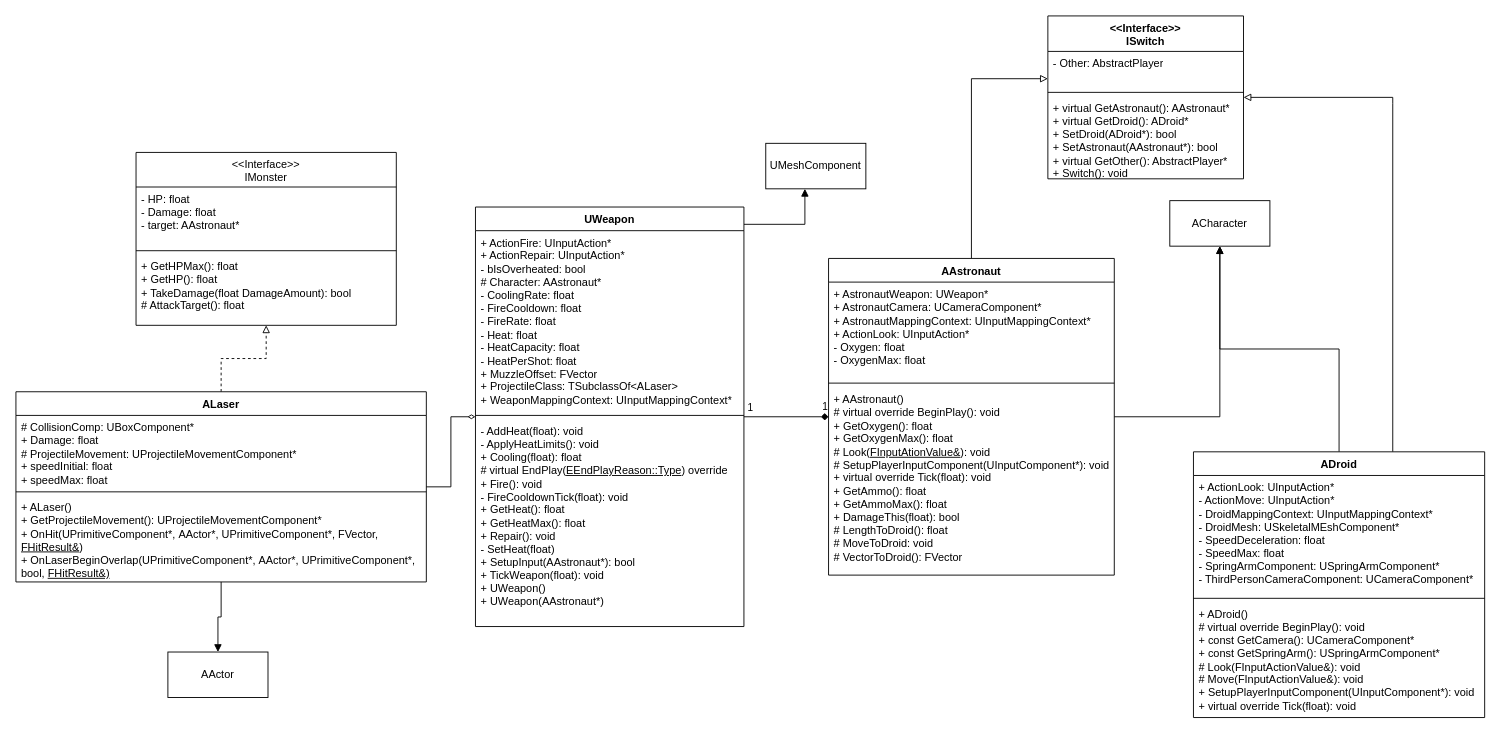
This is UML.drawio from herrkrabbe/BarBoi, a draw.io file, before an edit. Source tidied: cells renumbered, new cells numbered last; positions are measured from the earlier drawing's top-left corner, leaving out a move shared by most shapes. Both pictures are drawn from the tidied source at 91%, with x=0, y=0 at pixel (15, 15).
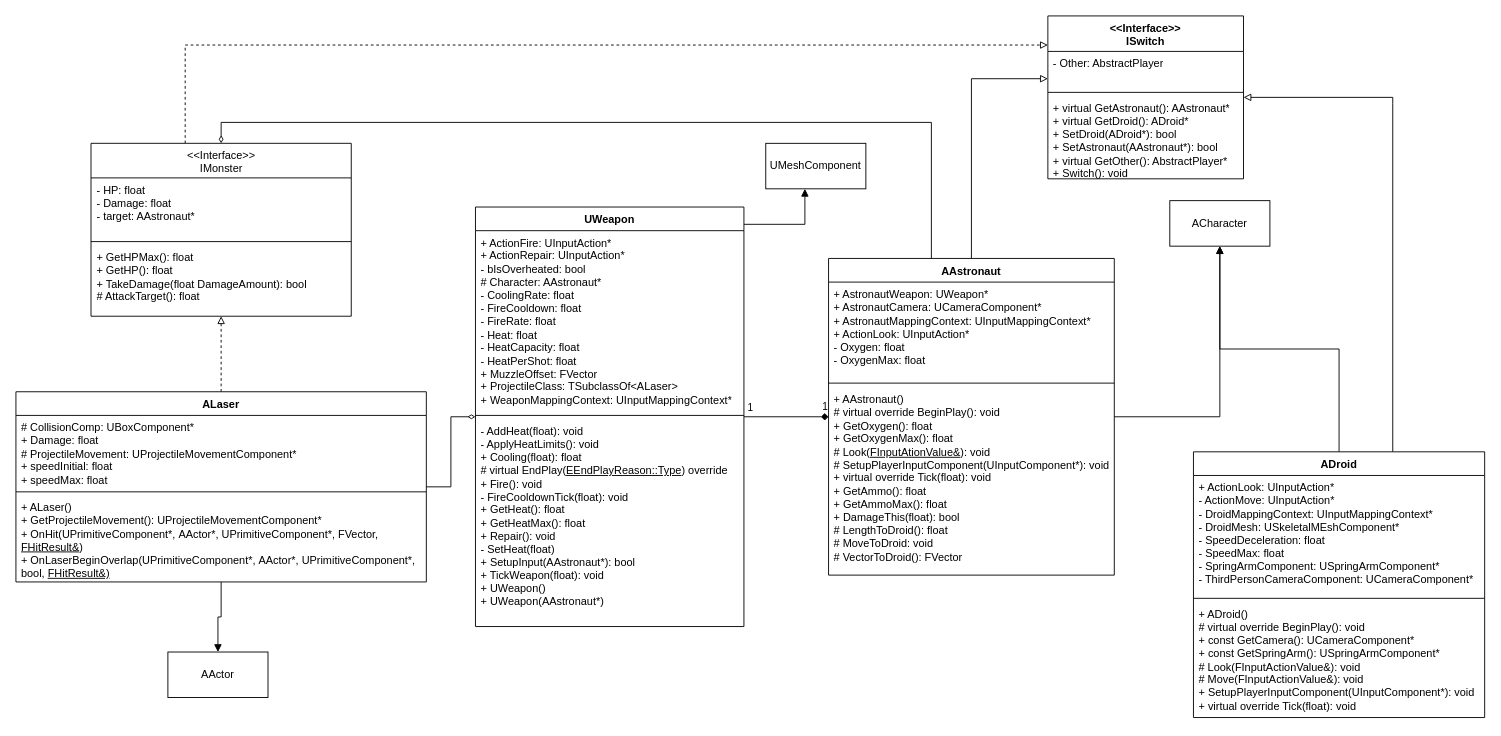
The same page after the edit.

Commit message:
added connection between monster and switch interfaces

The change refers to these unchanged cells:
```xml
<mxCell id="7" value="AAstronaut" style="swimlane;fontStyle=1;align=center;verticalAlign=top;horizontal=1;startSize=26;whiteSpace=wrap;html=1;" parent="1" vertex="1">
  <mxGeometry x="893" y="266.5" width="314" height="348" as="geometry" />
</mxCell>
<mxCell id="11" value="&amp;lt;&amp;lt;Interface&amp;gt;&amp;gt;&lt;div&gt;ISwitch&lt;/div&gt;" style="swimlane;fontStyle=1;align=center;verticalAlign=top;horizontal=1;startSize=39;whiteSpace=wrap;html=1;" parent="1" vertex="1">
  <mxGeometry x="1134" width="215" height="179" as="geometry" />
</mxCell>
```

What changed in the source:
```diff
@@
+    <mxCell id="40" style="edgeStyle=orthogonalEdgeStyle;rounded=0;jettySize=auto;html=1;endArrow=none;endFill=0;startArrow=diamondThin;startFill=0;" parent="1" edge="1" source="21" target="7">
+      <mxGeometry relative="1" as="geometry">
+        <Array as="points">
+          <mxPoint x="225" y="117" />
+          <mxPoint x="1006" y="117" />
+        </Array>
+      </mxGeometry>
+    </mxCell>
+    <mxCell id="41" style="edgeStyle=orthogonalEdgeStyle;rounded=0;jettySize=auto;html=1;endArrow=block;endFill=0;dashed=1;" parent="1" edge="1" source="21" target="11">
+      <mxGeometry relative="1" as="geometry">
+        <Array as="points">
+          <mxPoint x="186" y="32" />
+        </Array>
+      </mxGeometry>
+    </mxCell>
     <mxCell id="21" value="&lt;span style=&quot;font-weight: 400;&quot;&gt;&amp;lt;&amp;lt;Interface&amp;gt;&amp;gt;&lt;/span&gt;&lt;div style=&quot;font-weight: 400;&quot;&gt;IMonster&lt;/div&gt;" style="swimlane;fontStyle=1;align=center;verticalAlign=top;horizontal=1;startSize=38;whiteSpace=wrap;html=1;" parent="1" vertex="1">
-      <mxGeometry x="132" y="150" width="286" height="190" as="geometry" />
+      <mxGeometry x="82.5" y="140" width="286" height="190" as="geometry" />
     </mxCell>
```
